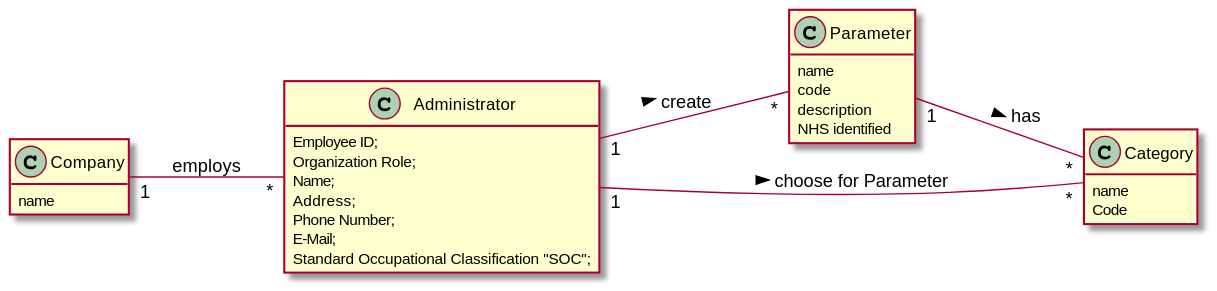
The PlantUML diagram docs/SprintB/US10/US10_MD.svg in MarianaCLages/LAPR2, before a commit. Its diagram source:
```plantuml
@startuml
hide methods
left to right direction
skinparam classAttributeIconSize 0

class Company{
name
}

class Administrator {
Employee ID;
Organization Role;
Name;
Address;
Phone Number;
E-Mail;
Standard Occupational Classification "SOC";
}

class Parameter{
name
code
description
NHS identified
}

class Category{
name
Code
}



Company "1" -- "*" Administrator : employs
Administrator "1" -- "*" Parameter : create >
Parameter "1" -- "*" Category : has >
Administrator "1" -- "*" Category : choose for Parameter >




@enduml
```
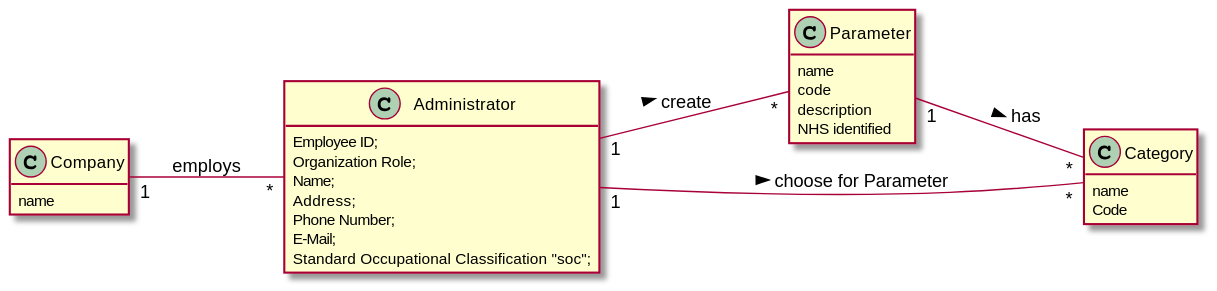
Above is the later version.

The edit, as a diff of the source:
```diff
@@ -14,7 +14,7 @@
 Address;
 Phone Number;
 E-Mail;
-Standard Occupational Classification "SOC";
+Standard Occupational Classification "soc";
 }
 
 class Parameter{
```
